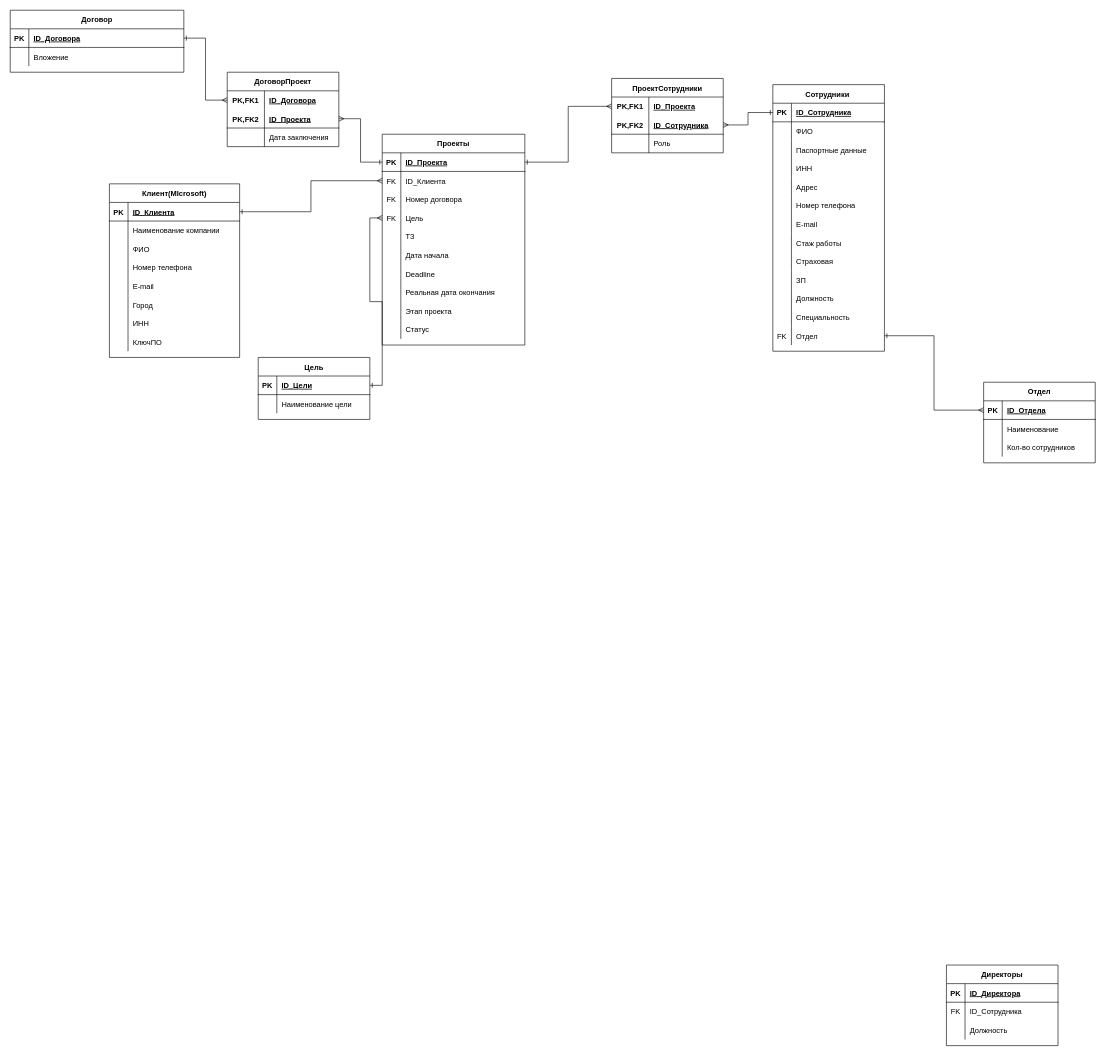
The draw.io diagram Proekt.drawio in Semenov-D/ER_Diagrams, before the edit. Source tidied: cells renumbered, new cells numbered last; positions are measured from the earlier drawing's top-left corner, leaving out a move shared by most shapes. Both pictures are drawn from the tidied source at 62%, with x=0, y=0 at pixel (10, 10).
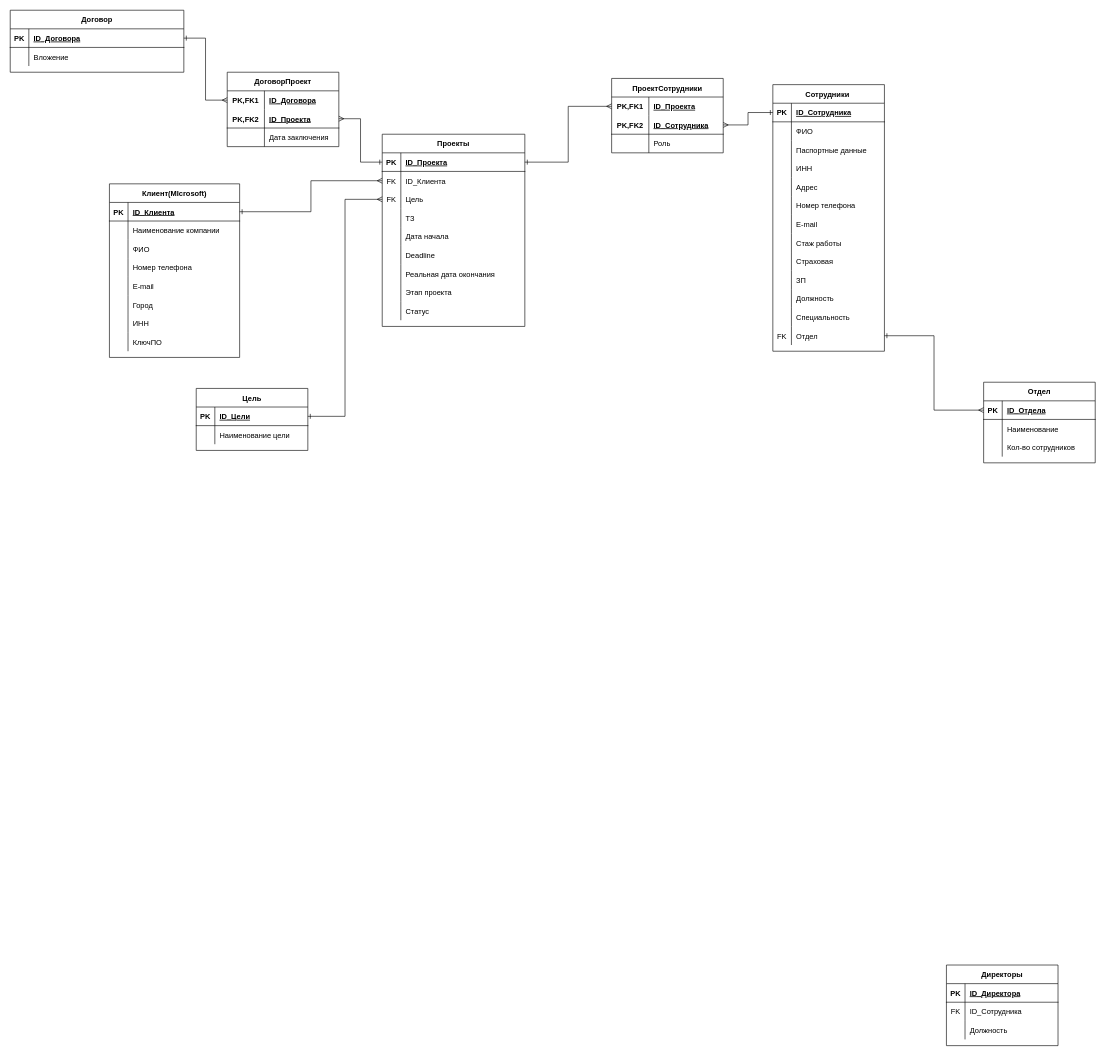
The same diagram, later.

Change to the diagram source:
```diff
@@
     <mxCell id="27" value="Проекты" style="shape=table;startSize=30;childLayout=tableLayout;rowLines=0;fontStyle=1;align=center;" parent="1" vertex="1">
-      <mxGeometry x="600" y="200" width="230" height="340" as="geometry" />
+      <mxGeometry x="600" y="200" width="230" height="310" as="geometry" />
     </mxCell>
@@
-    <mxCell id="34" style="shape=tableRow;horizontal=0;startSize=0;swimlaneHead=0;swimlaneBody=0;fillColor=none;top=0;left=0;right=0;bottom=0;" parent="27" vertex="1">
-      <mxGeometry y="90" width="230" height="30" as="geometry" />
-    </mxCell>
-    <mxCell id="35" value="FK" style="shape=partialRectangle;fillColor=none;top=0;left=0;bottom=0;right=0;overflow=hidden;" parent="34" vertex="1">
-      <mxGeometry width="30" height="30" as="geometry" />
-    </mxCell>
-    <mxCell id="36" value="Номер договора" style="shape=partialRectangle;fillColor=none;top=0;left=0;bottom=0;right=0;align=left;spacingLeft=6;overflow=hidden;" parent="34" vertex="1">
-      <mxGeometry x="30" width="200" height="30" as="geometry" />
-    </mxCell>
     <mxCell id="37" style="shape=tableRow;horizontal=0;startSize=0;swimlaneHead=0;swimlaneBody=0;fillColor=none;points=[[0,0.5],[1,0.5]];portConstraint=eastwest;top=0;left=0;right=0;bottom=0;" parent="27" vertex="1">
-      <mxGeometry y="120" width="230" height="30" as="geometry" />
+      <mxGeometry y="90" width="230" height="30" as="geometry" />
     </mxCell>
@@
     <mxCell id="40" style="shape=tableRow;horizontal=0;startSize=0;swimlaneHead=0;swimlaneBody=0;fillColor=none;top=0;left=0;right=0;bottom=0;" parent="27" vertex="1">
-      <mxGeometry y="150" width="230" height="30" as="geometry" />
+      <mxGeometry y="120" width="230" height="30" as="geometry" />
     </mxCell>
@@
     <mxCell id="43" style="shape=tableRow;horizontal=0;startSize=0;swimlaneHead=0;swimlaneBody=0;fillColor=none;top=0;left=0;right=0;bottom=0;" parent="27" vertex="1">
-      <mxGeometry y="180" width="230" height="30" as="geometry" />
+      <mxGeometry y="150" width="230" height="30" as="geometry" />
     </mxCell>
@@
     <mxCell id="46" style="shape=tableRow;horizontal=0;startSize=0;swimlaneHead=0;swimlaneBody=0;fillColor=none;top=0;left=0;right=0;bottom=0;" parent="27" vertex="1">
-      <mxGeometry y="210" width="230" height="30" as="geometry" />
+      <mxGeometry y="180" width="230" height="30" as="geometry" />
     </mxCell>
@@
     <mxCell id="49" style="shape=tableRow;horizontal=0;startSize=0;swimlaneHead=0;swimlaneBody=0;fillColor=none;top=0;left=0;right=0;bottom=0;" parent="27" vertex="1">
-      <mxGeometry y="240" width="230" height="30" as="geometry" />
+      <mxGeometry y="210" width="230" height="30" as="geometry" />
     </mxCell>
@@
     <mxCell id="52" style="shape=tableRow;horizontal=0;startSize=0;swimlaneHead=0;swimlaneBody=0;fillColor=none;top=0;left=0;right=0;bottom=0;" parent="27" vertex="1">
-      <mxGeometry y="270" width="230" height="30" as="geometry" />
+      <mxGeometry y="240" width="230" height="30" as="geometry" />
     </mxCell>
@@
     <mxCell id="55" style="shape=tableRow;horizontal=0;startSize=0;swimlaneHead=0;swimlaneBody=0;fillColor=none;top=0;left=0;right=0;bottom=0;" parent="27" vertex="1">
-      <mxGeometry y="300" width="230" height="30" as="geometry" />
+      <mxGeometry y="270" width="230" height="30" as="geometry" />
     </mxCell>
@@
     <mxCell id="109" value="Цель" style="shape=table;startSize=30;childLayout=tableLayout;rowLines=0;fontStyle=1;align=center;" parent="1" vertex="1">
-      <mxGeometry x="400" y="560" width="180" height="100" as="geometry" />
+      <mxGeometry x="300" y="610" width="180" height="100" as="geometry" />
     </mxCell>
```
